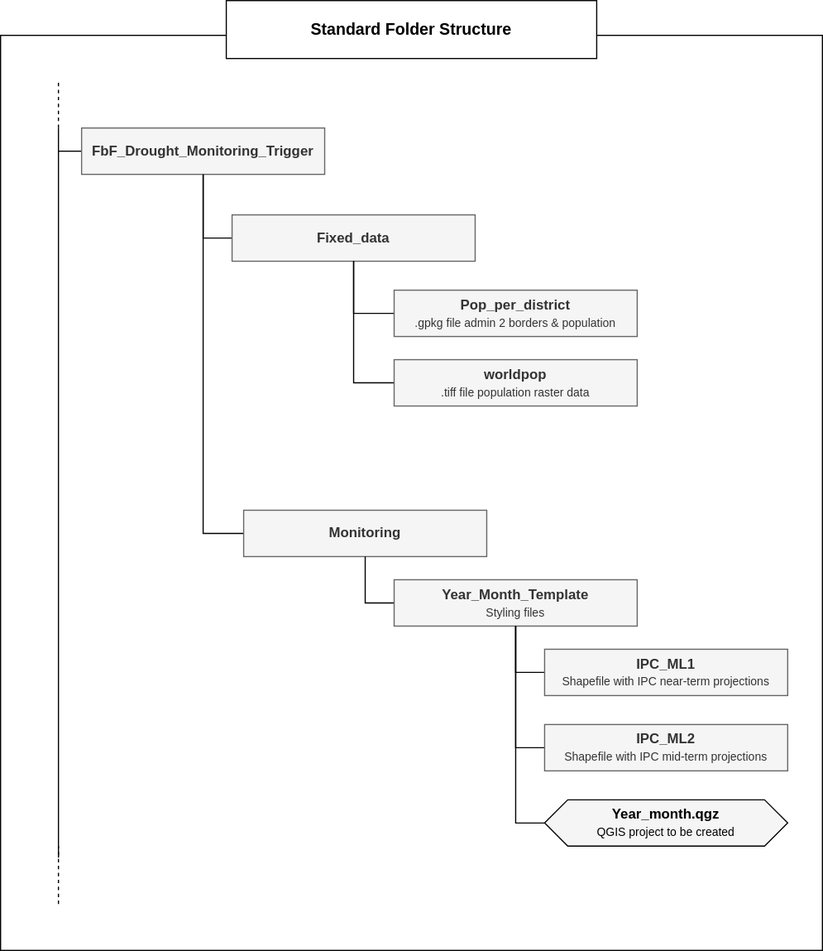
The draw.io diagram _images/Exercise_Folder_structure_Drought_Monitoring_Trigger.drawio.svg in nanometrenat/gis-training-resource-center, before a commit. Source tidied: cells renumbered, new cells last; positions are measured from the earlier drawing's top-left corner, leaving out a move shared by most shapes. Its diagram source:
```xml
<mxGraphModel>
  <root>
    <mxCell id="0" />
    <mxCell id="1" parent="0" />
    <mxCell id="2" style="rounded=0;whiteSpace=wrap;html=1;" parent="1" vertex="1">
      <mxGeometry y="30" width="710" height="790" as="geometry" />
    </mxCell>
    <mxCell id="3" style="endArrow=none;html=1;rounded=0;" parent="1" edge="1">
      <mxGeometry relative="1" as="geometry">
        <mxPoint x="50" y="740" as="sourcePoint" />
        <mxPoint x="50" y="110" as="targetPoint" />
      </mxGeometry>
    </mxCell>
    <mxCell id="4" style="endArrow=none;dashed=1;html=1;rounded=0;" parent="1" edge="1">
      <mxGeometry relative="1" as="geometry">
        <mxPoint x="50" y="110" as="sourcePoint" />
        <mxPoint x="50" y="70" as="targetPoint" />
      </mxGeometry>
    </mxCell>
    <mxCell id="5" style="edgeStyle=orthogonalEdgeStyle;rounded=0;jettySize=auto;html=1;endArrow=none;endFill=0;" parent="1" edge="1" source="6">
      <mxGeometry relative="1" as="geometry">
        <mxPoint x="50" y="130" as="targetPoint" />
      </mxGeometry>
    </mxCell>
    <mxCell id="6" value="&lt;b&gt;FbF_Drought_Monitoring_Trigger&lt;/b&gt;" style="rounded=0;whiteSpace=wrap;html=1;fillColor=#f5f5f5;fontColor=#333333;strokeColor=#666666;fontStyle=0;" parent="1" vertex="1">
      <mxGeometry x="70" y="110" width="210" height="40" as="geometry" />
    </mxCell>
    <mxCell id="7" style="edgeStyle=orthogonalEdgeStyle;rounded=0;jettySize=auto;html=1;entryX=0.5;entryY=1;entryDx=0;entryDy=0;exitX=0;exitY=0.5;exitDx=0;exitDy=0;endArrow=none;endFill=0;" parent="1" edge="1" source="8" target="6">
      <mxGeometry relative="1" as="geometry" />
    </mxCell>
    <mxCell id="8" value="&lt;font style=&quot;&quot;&gt;&lt;b&gt;Fixed_data&lt;/b&gt;&lt;br&gt;&lt;/font&gt;" style="rounded=0;whiteSpace=wrap;html=1;fillColor=#f5f5f5;fontColor=#333333;strokeColor=#666666;fontStyle=0;" parent="1" vertex="1">
      <mxGeometry x="200" y="185" width="210" height="40" as="geometry" />
    </mxCell>
    <mxCell id="9" style="edgeStyle=orthogonalEdgeStyle;rounded=0;jettySize=auto;html=1;entryX=0.5;entryY=1;entryDx=0;entryDy=0;exitX=0;exitY=0.5;exitDx=0;exitDy=0;endArrow=none;endFill=0;" parent="1" edge="1" source="10" target="6">
      <mxGeometry relative="1" as="geometry" />
    </mxCell>
    <mxCell id="10" value="&lt;font style=&quot;&quot;&gt;&lt;font style=&quot;&quot;&gt;&lt;b&gt;Monitoring&lt;/b&gt;&lt;/font&gt;&lt;br&gt;&lt;/font&gt;" style="rounded=0;whiteSpace=wrap;html=1;fillColor=#f5f5f5;fontColor=#333333;strokeColor=#666666;fontStyle=0;" parent="1" vertex="1">
      <mxGeometry x="210" y="440" width="210" height="40" as="geometry" />
    </mxCell>
    <mxCell id="11" style="edgeStyle=orthogonalEdgeStyle;rounded=0;jettySize=auto;html=1;entryX=0.5;entryY=1;entryDx=0;entryDy=0;exitX=0;exitY=0.5;exitDx=0;exitDy=0;endArrow=none;endFill=0;" parent="1" edge="1" source="12" target="10">
      <mxGeometry relative="1" as="geometry" />
    </mxCell>
    <mxCell id="12" value="&lt;font style=&quot;&quot;&gt;&lt;font style=&quot;&quot;&gt;&lt;b&gt;Year_Month_Template&lt;br&gt;&lt;/b&gt;&lt;/font&gt;&lt;span style=&quot;font-size: 10px;&quot;&gt;Styling files&lt;/span&gt;&lt;br&gt;&lt;/font&gt;" style="rounded=0;whiteSpace=wrap;html=1;fillColor=#f5f5f5;fontColor=#333333;strokeColor=#666666;fontStyle=0;" parent="1" vertex="1">
      <mxGeometry x="340" y="500" width="210" height="40" as="geometry" />
    </mxCell>
    <mxCell id="13" value="&lt;p class=&quot;MsoNormal&quot;&gt;&lt;font size=&quot;1&quot; style=&quot;&quot;&gt;&lt;b style=&quot;font-size: 14px;&quot;&gt;Standard Folder Structure&lt;/b&gt;&lt;/font&gt;&lt;/p&gt;" style="rounded=0;whiteSpace=wrap;html=1;" parent="1" vertex="1">
      <mxGeometry x="195" width="320" height="50" as="geometry" />
    </mxCell>
    <mxCell id="14" style="endArrow=none;dashed=1;html=1;rounded=0;" parent="1" edge="1">
      <mxGeometry relative="1" as="geometry">
        <mxPoint x="50" y="780" as="sourcePoint" />
        <mxPoint x="50" y="730" as="targetPoint" />
      </mxGeometry>
    </mxCell>
    <mxCell id="15" style="edgeStyle=orthogonalEdgeStyle;rounded=0;jettySize=auto;html=1;entryX=0.5;entryY=1;entryDx=0;entryDy=0;exitX=0;exitY=0.5;exitDx=0;exitDy=0;endArrow=none;endFill=0;" parent="1" edge="1" source="16" target="12">
      <mxGeometry relative="1" as="geometry" />
    </mxCell>
    <mxCell id="16" value="&lt;font style=&quot;&quot;&gt;&lt;font style=&quot;&quot;&gt;&lt;b&gt;IPC_ML1&lt;br&gt;&lt;/b&gt;&lt;/font&gt;&lt;span style=&quot;font-size: 10px;&quot;&gt;Shapefile with IPC near-term projections&lt;/span&gt;&lt;br&gt;&lt;/font&gt;" style="rounded=0;whiteSpace=wrap;html=1;fillColor=#f5f5f5;fontColor=#333333;strokeColor=#666666;fontStyle=0;" parent="1" vertex="1">
      <mxGeometry x="470" y="560" width="210" height="40" as="geometry" />
    </mxCell>
    <mxCell id="17" style="edgeStyle=orthogonalEdgeStyle;rounded=0;jettySize=auto;html=1;entryX=0.5;entryY=1;entryDx=0;entryDy=0;exitX=0;exitY=0.5;exitDx=0;exitDy=0;endArrow=none;endFill=0;" parent="1" edge="1" source="18" target="12">
      <mxGeometry relative="1" as="geometry" />
    </mxCell>
    <mxCell id="18" value="&lt;font style=&quot;&quot;&gt;&lt;font style=&quot;&quot;&gt;&lt;b&gt;IPC_ML2&lt;br&gt;&lt;/b&gt;&lt;/font&gt;&lt;span style=&quot;font-size: 7.5pt; line-height: 107%; font-family: Helvetica, sans-serif; background-image: initial; background-position: initial; background-size: initial; background-repeat: initial; background-attachment: initial; background-origin: initial; background-clip: initial;&quot;&gt;Shapefile with IPC mid-term projections&lt;/span&gt;&lt;br&gt;&lt;/font&gt;" style="rounded=0;whiteSpace=wrap;html=1;fillColor=#f5f5f5;fontColor=#333333;strokeColor=#666666;fontStyle=0;" parent="1" vertex="1">
      <mxGeometry x="470" y="625" width="210" height="40" as="geometry" />
    </mxCell>
    <mxCell id="19" style="edgeStyle=orthogonalEdgeStyle;rounded=0;jettySize=auto;html=1;exitX=0;exitY=0.5;exitDx=0;exitDy=0;endArrow=none;endFill=0;" parent="1" edge="1" source="20" target="12">
      <mxGeometry relative="1" as="geometry" />
    </mxCell>
    <mxCell id="20" value="Year_month.qgz&lt;br style=&quot;font-size: 11px;&quot;&gt;&lt;font size=&quot;1&quot;&gt;&lt;span style=&quot;font-weight: 400;&quot;&gt;QGIS project to be created&lt;/span&gt;&lt;/font&gt;" style="shape=hexagon;perimeter=hexagonPerimeter2;whiteSpace=wrap;html=1;fixedSize=1;fillColor=#F5F5F5;fontStyle=1;" parent="1" vertex="1">
      <mxGeometry x="470" y="690" width="210" height="40" as="geometry" />
    </mxCell>
    <mxCell id="21" style="edgeStyle=orthogonalEdgeStyle;rounded=0;jettySize=auto;html=1;entryX=0.5;entryY=1;entryDx=0;entryDy=0;exitX=0;exitY=0.5;exitDx=0;exitDy=0;endArrow=none;endFill=0;" parent="1" edge="1" source="22" target="8">
      <mxGeometry relative="1" as="geometry" />
    </mxCell>
    <mxCell id="22" value="&lt;font style=&quot;&quot;&gt;&lt;b&gt;Pop_per_district&lt;br&gt;&lt;/b&gt;&lt;span style=&quot;font-size: 10px;&quot;&gt;.gpkg file admin 2 borders &amp;amp; population&lt;/span&gt;&lt;br&gt;&lt;/font&gt;" style="rounded=0;whiteSpace=wrap;html=1;fillColor=#f5f5f5;fontColor=#333333;strokeColor=#666666;fontStyle=0;" parent="1" vertex="1">
      <mxGeometry x="340" y="250" width="210" height="40" as="geometry" />
    </mxCell>
    <mxCell id="23" style="edgeStyle=orthogonalEdgeStyle;rounded=0;jettySize=auto;html=1;entryX=0.5;entryY=1;entryDx=0;entryDy=0;exitX=0;exitY=0.5;exitDx=0;exitDy=0;endArrow=none;endFill=0;" parent="1" edge="1" source="24" target="8">
      <mxGeometry relative="1" as="geometry" />
    </mxCell>
    <mxCell id="24" value="&lt;font style=&quot;&quot;&gt;&lt;b&gt;worldpop&lt;br&gt;&lt;/b&gt;&lt;span style=&quot;font-size: 10px;&quot;&gt;.tiff file population raster data&lt;/span&gt;&lt;br&gt;&lt;/font&gt;" style="rounded=0;whiteSpace=wrap;html=1;fillColor=#f5f5f5;fontColor=#333333;strokeColor=#666666;fontStyle=0;" parent="1" vertex="1">
      <mxGeometry x="340" y="310" width="210" height="40" as="geometry" />
    </mxCell>
  </root>
</mxGraphModel>
```
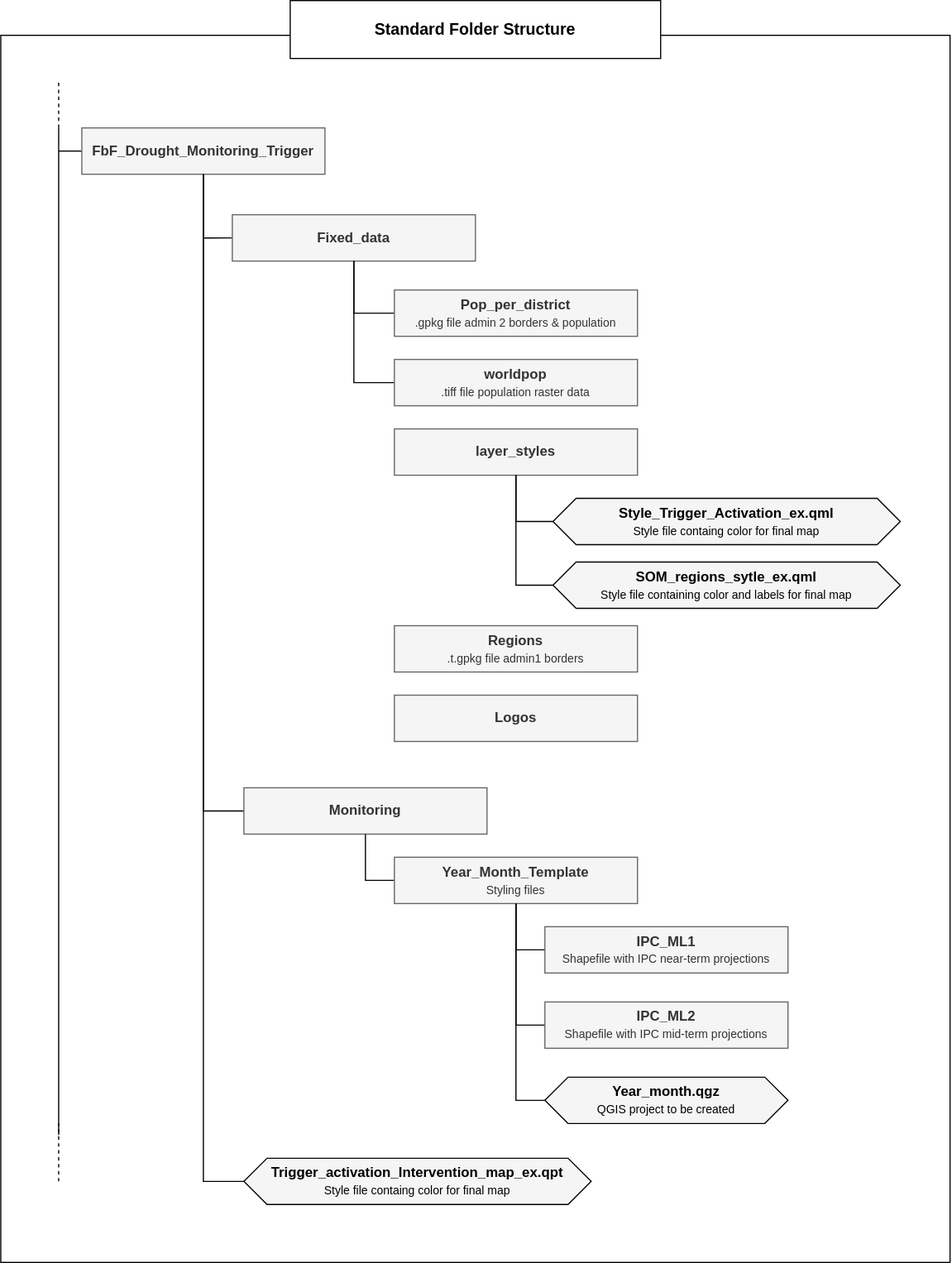
After the commit.

Diff of the diagram source:
```diff
@@ -3,11 +3,11 @@
     <mxCell id="0" />
     <mxCell id="1" parent="0" />
     <mxCell id="2" style="rounded=0;whiteSpace=wrap;html=1;" parent="1" vertex="1">
-      <mxGeometry y="30" width="710" height="790" as="geometry" />
+      <mxGeometry y="30" width="820" height="1060" as="geometry" />
     </mxCell>
     <mxCell id="3" style="endArrow=none;html=1;rounded=0;" parent="1" edge="1">
       <mxGeometry relative="1" as="geometry">
-        <mxPoint x="50" y="740" as="sourcePoint" />
+        <mxPoint x="50" y="980" as="sourcePoint" />
         <mxPoint x="50" y="110" as="targetPoint" />
       </mxGeometry>
     </mxCell>
@@ -35,40 +35,40 @@
       <mxGeometry relative="1" as="geometry" />
     </mxCell>
     <mxCell id="10" value="&lt;font style=&quot;&quot;&gt;&lt;font style=&quot;&quot;&gt;&lt;b&gt;Monitoring&lt;/b&gt;&lt;/font&gt;&lt;br&gt;&lt;/font&gt;" style="rounded=0;whiteSpace=wrap;html=1;fillColor=#f5f5f5;fontColor=#333333;strokeColor=#666666;fontStyle=0;" parent="1" vertex="1">
-      <mxGeometry x="210" y="440" width="210" height="40" as="geometry" />
+      <mxGeometry x="210" y="680" width="210" height="40" as="geometry" />
     </mxCell>
     <mxCell id="11" style="edgeStyle=orthogonalEdgeStyle;rounded=0;jettySize=auto;html=1;entryX=0.5;entryY=1;entryDx=0;entryDy=0;exitX=0;exitY=0.5;exitDx=0;exitDy=0;endArrow=none;endFill=0;" parent="1" edge="1" source="12" target="10">
       <mxGeometry relative="1" as="geometry" />
     </mxCell>
     <mxCell id="12" value="&lt;font style=&quot;&quot;&gt;&lt;font style=&quot;&quot;&gt;&lt;b&gt;Year_Month_Template&lt;br&gt;&lt;/b&gt;&lt;/font&gt;&lt;span style=&quot;font-size: 10px;&quot;&gt;Styling files&lt;/span&gt;&lt;br&gt;&lt;/font&gt;" style="rounded=0;whiteSpace=wrap;html=1;fillColor=#f5f5f5;fontColor=#333333;strokeColor=#666666;fontStyle=0;" parent="1" vertex="1">
-      <mxGeometry x="340" y="500" width="210" height="40" as="geometry" />
+      <mxGeometry x="340" y="740" width="210" height="40" as="geometry" />
     </mxCell>
     <mxCell id="13" value="&lt;p class=&quot;MsoNormal&quot;&gt;&lt;font size=&quot;1&quot; style=&quot;&quot;&gt;&lt;b style=&quot;font-size: 14px;&quot;&gt;Standard Folder Structure&lt;/b&gt;&lt;/font&gt;&lt;/p&gt;" style="rounded=0;whiteSpace=wrap;html=1;" parent="1" vertex="1">
-      <mxGeometry x="195" width="320" height="50" as="geometry" />
+      <mxGeometry x="250" width="320" height="50" as="geometry" />
     </mxCell>
     <mxCell id="14" style="endArrow=none;dashed=1;html=1;rounded=0;" parent="1" edge="1">
       <mxGeometry relative="1" as="geometry">
-        <mxPoint x="50" y="780" as="sourcePoint" />
-        <mxPoint x="50" y="730" as="targetPoint" />
+        <mxPoint x="50" y="1020" as="sourcePoint" />
+        <mxPoint x="50" y="970" as="targetPoint" />
       </mxGeometry>
     </mxCell>
     <mxCell id="15" style="edgeStyle=orthogonalEdgeStyle;rounded=0;jettySize=auto;html=1;entryX=0.5;entryY=1;entryDx=0;entryDy=0;exitX=0;exitY=0.5;exitDx=0;exitDy=0;endArrow=none;endFill=0;" parent="1" edge="1" source="16" target="12">
       <mxGeometry relative="1" as="geometry" />
     </mxCell>
     <mxCell id="16" value="&lt;font style=&quot;&quot;&gt;&lt;font style=&quot;&quot;&gt;&lt;b&gt;IPC_ML1&lt;br&gt;&lt;/b&gt;&lt;/font&gt;&lt;span style=&quot;font-size: 10px;&quot;&gt;Shapefile with IPC near-term projections&lt;/span&gt;&lt;br&gt;&lt;/font&gt;" style="rounded=0;whiteSpace=wrap;html=1;fillColor=#f5f5f5;fontColor=#333333;strokeColor=#666666;fontStyle=0;" parent="1" vertex="1">
-      <mxGeometry x="470" y="560" width="210" height="40" as="geometry" />
+      <mxGeometry x="470" y="800" width="210" height="40" as="geometry" />
     </mxCell>
     <mxCell id="17" style="edgeStyle=orthogonalEdgeStyle;rounded=0;jettySize=auto;html=1;entryX=0.5;entryY=1;entryDx=0;entryDy=0;exitX=0;exitY=0.5;exitDx=0;exitDy=0;endArrow=none;endFill=0;" parent="1" edge="1" source="18" target="12">
       <mxGeometry relative="1" as="geometry" />
     </mxCell>
     <mxCell id="18" value="&lt;font style=&quot;&quot;&gt;&lt;font style=&quot;&quot;&gt;&lt;b&gt;IPC_ML2&lt;br&gt;&lt;/b&gt;&lt;/font&gt;&lt;span style=&quot;font-size: 7.5pt; line-height: 107%; font-family: Helvetica, sans-serif; background-image: initial; background-position: initial; background-size: initial; background-repeat: initial; background-attachment: initial; background-origin: initial; background-clip: initial;&quot;&gt;Shapefile with IPC mid-term projections&lt;/span&gt;&lt;br&gt;&lt;/font&gt;" style="rounded=0;whiteSpace=wrap;html=1;fillColor=#f5f5f5;fontColor=#333333;strokeColor=#666666;fontStyle=0;" parent="1" vertex="1">
-      <mxGeometry x="470" y="625" width="210" height="40" as="geometry" />
+      <mxGeometry x="470" y="865" width="210" height="40" as="geometry" />
     </mxCell>
     <mxCell id="19" style="edgeStyle=orthogonalEdgeStyle;rounded=0;jettySize=auto;html=1;exitX=0;exitY=0.5;exitDx=0;exitDy=0;endArrow=none;endFill=0;" parent="1" edge="1" source="20" target="12">
       <mxGeometry relative="1" as="geometry" />
     </mxCell>
     <mxCell id="20" value="Year_month.qgz&lt;br style=&quot;font-size: 11px;&quot;&gt;&lt;font size=&quot;1&quot;&gt;&lt;span style=&quot;font-weight: 400;&quot;&gt;QGIS project to be created&lt;/span&gt;&lt;/font&gt;" style="shape=hexagon;perimeter=hexagonPerimeter2;whiteSpace=wrap;html=1;fixedSize=1;fillColor=#F5F5F5;fontStyle=1;" parent="1" vertex="1">
-      <mxGeometry x="470" y="690" width="210" height="40" as="geometry" />
+      <mxGeometry x="470" y="930" width="210" height="40" as="geometry" />
     </mxCell>
     <mxCell id="21" style="edgeStyle=orthogonalEdgeStyle;rounded=0;jettySize=auto;html=1;entryX=0.5;entryY=1;entryDx=0;entryDy=0;exitX=0;exitY=0.5;exitDx=0;exitDy=0;endArrow=none;endFill=0;" parent="1" edge="1" source="22" target="8">
       <mxGeometry relative="1" as="geometry" />
@@ -82,5 +82,32 @@
     <mxCell id="24" value="&lt;font style=&quot;&quot;&gt;&lt;b&gt;worldpop&lt;br&gt;&lt;/b&gt;&lt;span style=&quot;font-size: 10px;&quot;&gt;.tiff file population raster data&lt;/span&gt;&lt;br&gt;&lt;/font&gt;" style="rounded=0;whiteSpace=wrap;html=1;fillColor=#f5f5f5;fontColor=#333333;strokeColor=#666666;fontStyle=0;" parent="1" vertex="1">
       <mxGeometry x="340" y="310" width="210" height="40" as="geometry" />
     </mxCell>
+    <mxCell id="25" value="&lt;font style=&quot;&quot;&gt;&lt;b&gt;layer_styles&lt;/b&gt;&lt;br&gt;&lt;/font&gt;" style="rounded=0;whiteSpace=wrap;html=1;fillColor=#f5f5f5;fontColor=#333333;strokeColor=#666666;fontStyle=0;" parent="1" vertex="1">
+      <mxGeometry x="340" y="370" width="210" height="40" as="geometry" />
+    </mxCell>
+    <mxCell id="26" style="edgeStyle=orthogonalEdgeStyle;rounded=0;jettySize=auto;html=1;entryX=0.5;entryY=1;entryDx=0;entryDy=0;exitX=0;exitY=0.5;exitDx=0;exitDy=0;endArrow=none;endFill=0;" parent="1" edge="1" source="27" target="25">
+      <mxGeometry relative="1" as="geometry" />
+    </mxCell>
+    <mxCell id="27" value="&lt;p class=&quot;MsoNormal&quot;&gt;Style_Trigger_Activation_ex.qml&lt;br style=&quot;border-color: var(--border-color); font-size: 11px;&quot;&gt;&lt;font style=&quot;border-color: var(--border-color); font-weight: normal;&quot; size=&quot;1&quot;&gt;Style file containg color for final map&lt;/font&gt;&lt;br&gt;&lt;/p&gt;" style="shape=hexagon;perimeter=hexagonPerimeter2;whiteSpace=wrap;html=1;fixedSize=1;fillColor=#F5F5F5;fontStyle=1;" parent="1" vertex="1">
+      <mxGeometry x="477" y="430" width="300" height="40" as="geometry" />
+    </mxCell>
+    <mxCell id="28" style="edgeStyle=orthogonalEdgeStyle;rounded=0;jettySize=auto;html=1;exitX=0;exitY=0.5;exitDx=0;exitDy=0;endArrow=none;endFill=0;" parent="1" edge="1" source="29" target="25">
+      <mxGeometry relative="1" as="geometry" />
+    </mxCell>
+    <mxCell id="29" value="SOM_regions_sytle_ex.qml&lt;br style=&quot;font-size: 11px;&quot;&gt;&lt;font size=&quot;1&quot;&gt;&lt;span style=&quot;font-weight: 400;&quot;&gt;Style file containing color and labels for final map&lt;/span&gt;&lt;/font&gt;" style="shape=hexagon;perimeter=hexagonPerimeter2;whiteSpace=wrap;html=1;fixedSize=1;fillColor=#F5F5F5;fontStyle=1;" parent="1" vertex="1">
+      <mxGeometry x="477" y="485" width="300" height="40" as="geometry" />
+    </mxCell>
+    <mxCell id="30" value="&lt;font style=&quot;&quot;&gt;&lt;b&gt;Regions&lt;br&gt;&lt;/b&gt;&lt;span style=&quot;font-size: 10px;&quot;&gt;.t.gpkg file admin1 borders&lt;/span&gt;&lt;br&gt;&lt;/font&gt;" style="rounded=0;whiteSpace=wrap;html=1;fillColor=#f5f5f5;fontColor=#333333;strokeColor=#666666;fontStyle=0;" parent="1" vertex="1">
+      <mxGeometry x="340" y="540" width="210" height="40" as="geometry" />
+    </mxCell>
+    <mxCell id="31" value="&lt;font style=&quot;&quot;&gt;&lt;b&gt;Logos&lt;/b&gt;&lt;br&gt;&lt;/font&gt;" style="rounded=0;whiteSpace=wrap;html=1;fillColor=#f5f5f5;fontColor=#333333;strokeColor=#666666;fontStyle=0;" parent="1" vertex="1">
+      <mxGeometry x="340" y="600" width="210" height="40" as="geometry" />
+    </mxCell>
+    <mxCell id="32" style="edgeStyle=orthogonalEdgeStyle;rounded=0;jettySize=auto;html=1;entryX=0.5;entryY=1;entryDx=0;entryDy=0;endArrow=none;endFill=0;exitX=0;exitY=0.5;exitDx=0;exitDy=0;" parent="1" edge="1" source="33" target="6">
+      <mxGeometry relative="1" as="geometry" />
+    </mxCell>
+    <mxCell id="33" value="Trigger_activation_Intervention_map_ex.qpt&lt;br style=&quot;font-size: 11px;&quot;&gt;&lt;font size=&quot;1&quot;&gt;&lt;span style=&quot;font-weight: normal;&quot;&gt;Style file containg color for final map&lt;/span&gt;&lt;/font&gt;" style="shape=hexagon;perimeter=hexagonPerimeter2;whiteSpace=wrap;html=1;fixedSize=1;fillColor=#F5F5F5;fontStyle=1;" parent="1" vertex="1">
+      <mxGeometry x="210" y="1000" width="300" height="40" as="geometry" />
+    </mxCell>
   </root>
 </mxGraphModel>
```
